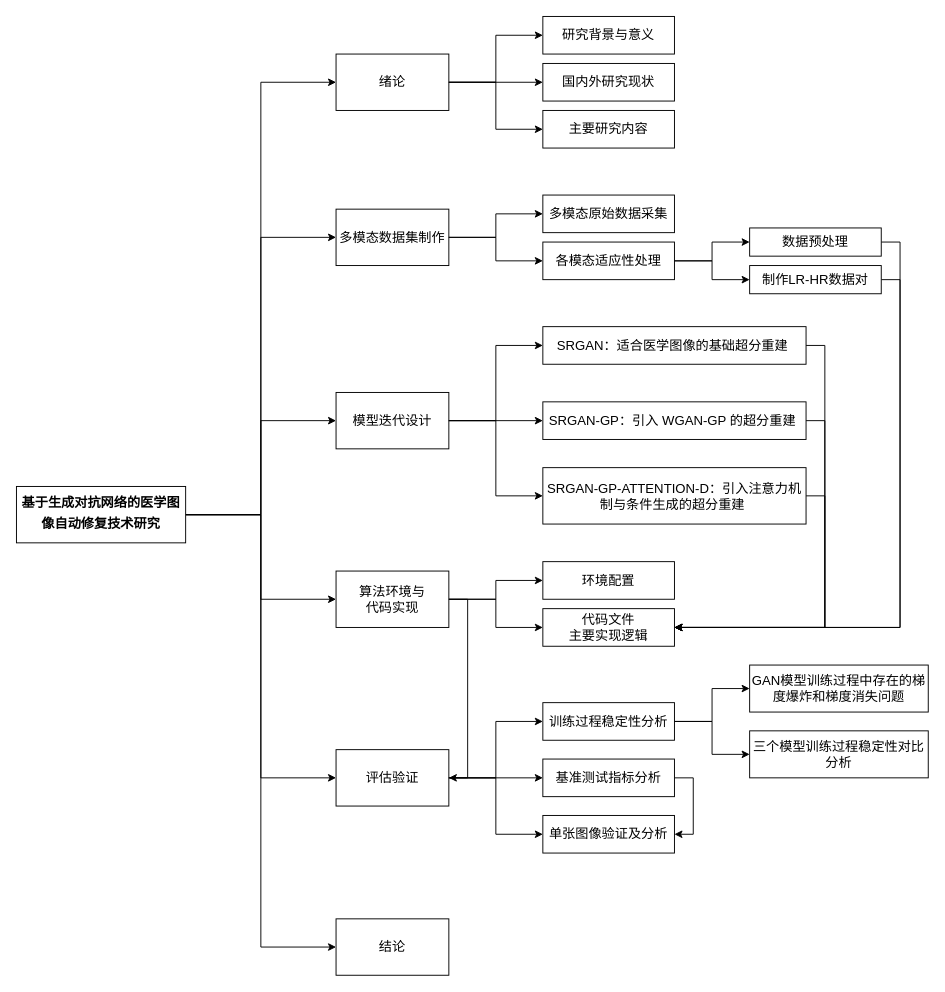
Before: 论文结构.drawio in littlemirror-blue/srgans_workflow, a draw.io diagram. Source tidied: cells renumbered, new cells numbered last; positions are measured from the earlier drawing's top-left corner, leaving out a move shared by most shapes. Both pictures are drawn from the tidied source at 94%, with x=0, y=0 at pixel (16, 16).
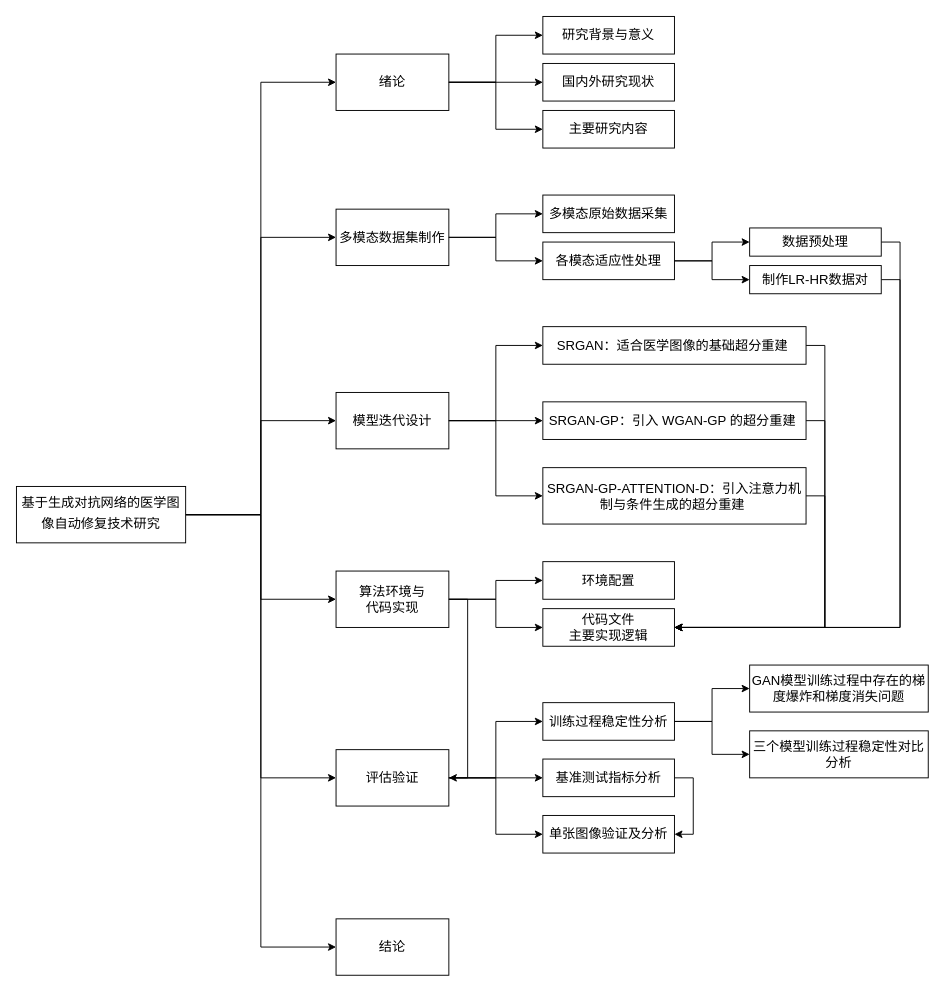
After the change.

Commit message:
更改标题字体 论文结构.drawio

Diff of the diagram source:
```diff
@@
-    <mxCell id="55" value="&lt;p class=&quot;MsoNormal&quot;&gt;&lt;b&gt;&lt;span style=&quot;font-family: 宋体;&quot;&gt;&lt;font&gt;基于生成对抗网络的医学图像自动修复技术研究&lt;/font&gt;&lt;/span&gt;&lt;/b&gt;&lt;b&gt;&lt;span style=&quot;font-family: &amp;quot;Times New Roman&amp;quot;; font-size: 16pt;&quot;&gt;&lt;/span&gt;&lt;/b&gt;&lt;/p&gt;" style="shape=rectangle;whiteSpace=wrap;html=1;rounded=0;fontSize=14;" parent="1" vertex="1">
+    <mxCell id="55" value="&lt;p class=&quot;MsoNormal&quot;&gt;&lt;font face=&quot;Helvetica&quot; style=&quot;&quot;&gt;基于生成对抗网络的医学图像自动修复技术研究&lt;/font&gt;&lt;b&gt;&lt;span style=&quot;font-family: &amp;quot;Times New Roman&amp;quot;; font-size: 16pt;&quot;&gt;&lt;/span&gt;&lt;/b&gt;&lt;/p&gt;" style="shape=rectangle;whiteSpace=wrap;html=1;rounded=0;fontSize=14;" parent="1" vertex="1">
       <mxGeometry y="500" width="180" height="60" as="geometry" />
     </mxCell>
```
